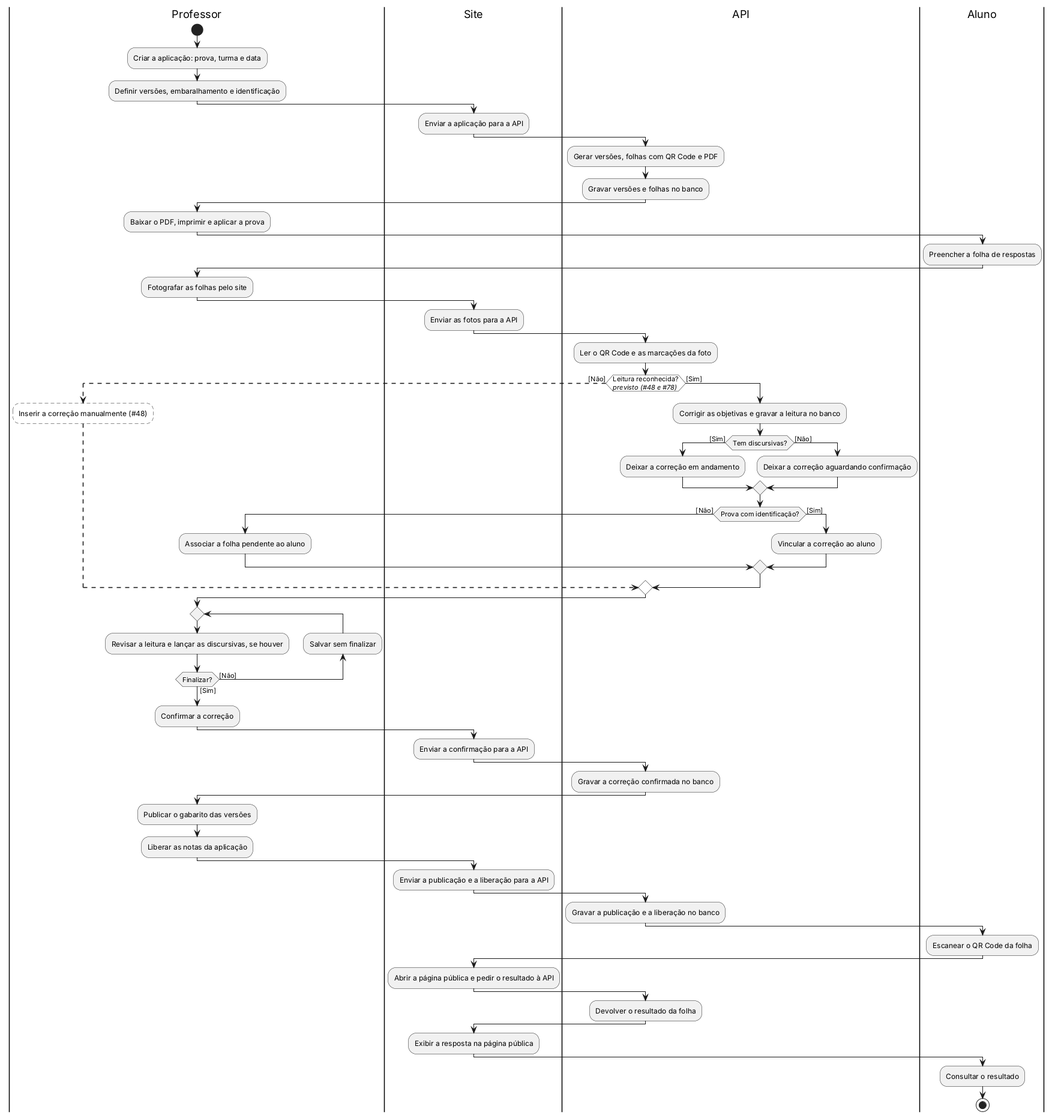
Above: docs/uml/activity-diagram/activity-diagram-step-4.png in PrieTorres/correctio-app (PlantUML), before the change.
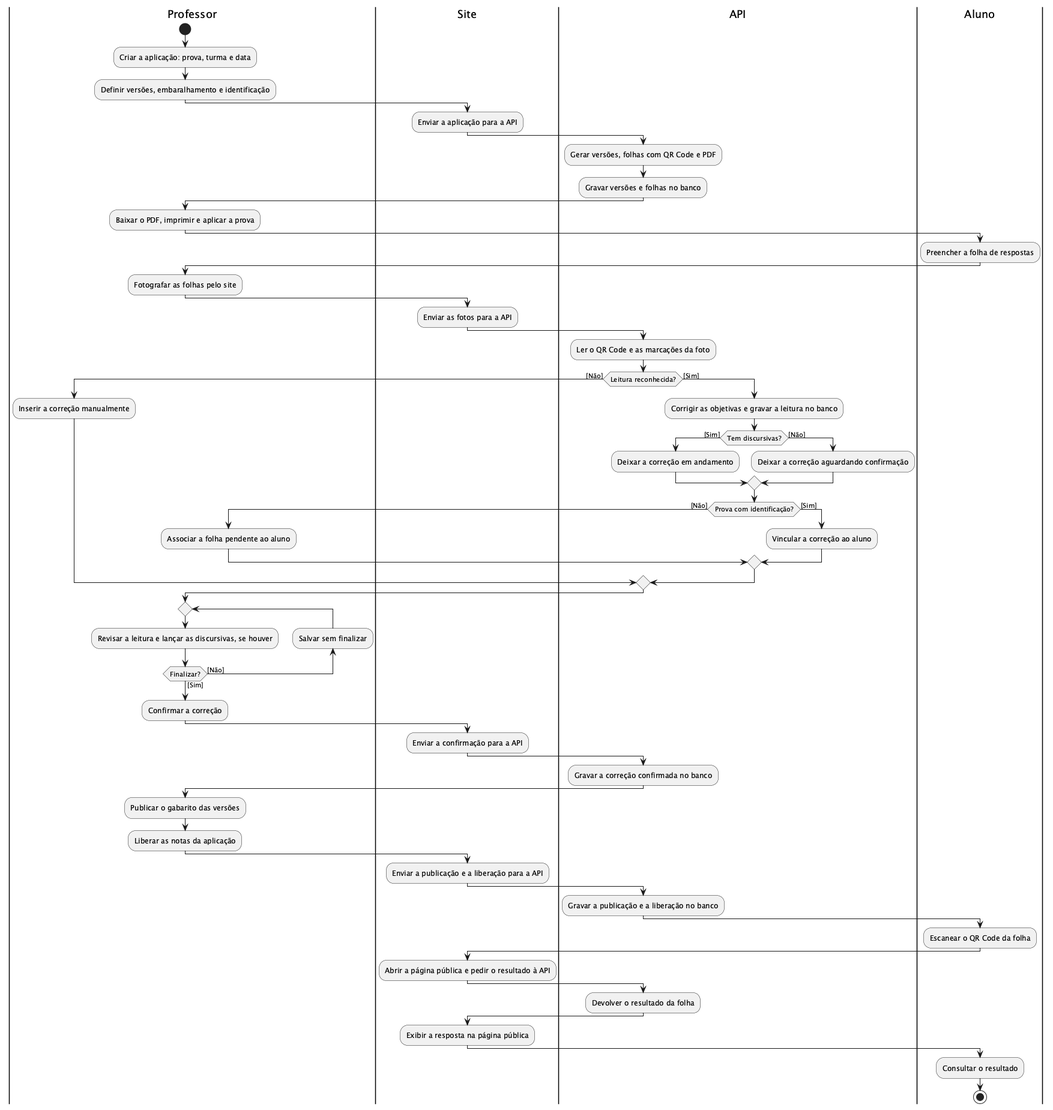
After the commit.

Commit message:
feat(web): correction card leads to the report and the unassigned sheets; activity diagram fully solid (#48, #78)

The edit, as a diff of the source:
```diff
@@ -26,11 +26,9 @@
 :Enviar as fotos para a API;
 |API|
 :Ler o QR Code e as marcações da foto;
-if <<planned>> (Leitura reconhecida?\n<i>previsto (#48 e #78)</i>) then ([Não])
-  -[dashed]->
+if (Leitura reconhecida?) then ([Não])
   |Professor|
-  :Inserir a correção manualmente (#48); <<planned>>
-  -[dashed]->
+  :Inserir a correção manualmente;
 else ([Sim])
   |API|
   :Corrigir as objetivas e gravar a leitura no banco;
```
